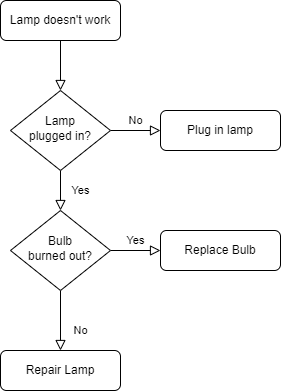
This is Debug_Tree.png from Mohammedsaklain/TINA-TI, a draw.io export, as it was before one commit. Source tidied: cells renumbered, new cells last; positions are measured from the earlier drawing's top-left corner, leaving out a move shared by most shapes.
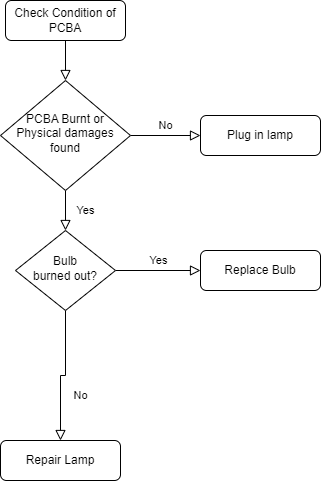
After the change.

The edit, as a diff of the source:
```diff
@@ -5,8 +5,8 @@
     <mxCell id="2" style="rounded=0;html=1;jettySize=auto;fontSize=11;endArrow=block;endFill=0;endSize=8;strokeWidth=1;shadow=0;labelBackgroundColor=none;edgeStyle=orthogonalEdgeStyle;" parent="1" edge="1" source="3" target="6">
       <mxGeometry relative="1" as="geometry" />
     </mxCell>
-    <mxCell id="3" value="Lamp doesn't work" style="rounded=1;whiteSpace=wrap;html=1;fontSize=12;glass=0;strokeWidth=1;shadow=0;" parent="1" vertex="1">
-      <mxGeometry width="120" height="40" as="geometry" />
+    <mxCell id="3" value="Check Condition of PCBA" style="rounded=1;whiteSpace=wrap;html=1;fontSize=12;glass=0;strokeWidth=1;shadow=0;" parent="1" vertex="1">
+      <mxGeometry x="15" y="-10" width="120" height="40" as="geometry" />
     </mxCell>
     <mxCell id="4" value="Yes" style="rounded=0;html=1;jettySize=auto;fontSize=11;endArrow=block;endFill=0;endSize=8;strokeWidth=1;shadow=0;labelBackgroundColor=none;edgeStyle=orthogonalEdgeStyle;" parent="1" edge="1" source="6" target="10">
       <mxGeometry y="20" relative="1" as="geometry" />
@@ -14,11 +14,11 @@
     <mxCell id="5" value="No" style="edgeStyle=orthogonalEdgeStyle;rounded=0;html=1;jettySize=auto;fontSize=11;endArrow=block;endFill=0;endSize=8;strokeWidth=1;shadow=0;labelBackgroundColor=none;" parent="1" edge="1" source="6" target="7">
       <mxGeometry y="10" relative="1" as="geometry" />
     </mxCell>
-    <mxCell id="6" value="Lamp&lt;br&gt;plugged in?" style="rhombus;whiteSpace=wrap;html=1;shadow=0;fontFamily=Helvetica;fontSize=12;align=center;strokeWidth=1;spacing=6;spacingTop=-4;" parent="1" vertex="1">
-      <mxGeometry x="10" y="90" width="100" height="80" as="geometry" />
+    <mxCell id="6" value="PCBA Burnt or Physical damages found" style="rhombus;whiteSpace=wrap;html=1;shadow=0;fontFamily=Helvetica;fontSize=12;align=center;strokeWidth=1;spacing=6;spacingTop=-4;" parent="1" vertex="1">
+      <mxGeometry x="10" y="70" width="130" height="110" as="geometry" />
     </mxCell>
     <mxCell id="7" value="Plug in lamp" style="rounded=1;whiteSpace=wrap;html=1;fontSize=12;glass=0;strokeWidth=1;shadow=0;" parent="1" vertex="1">
-      <mxGeometry x="160" y="110" width="120" height="40" as="geometry" />
+      <mxGeometry x="210" y="105" width="120" height="40" as="geometry" />
     </mxCell>
     <mxCell id="8" value="No" style="rounded=0;html=1;jettySize=auto;fontSize=11;endArrow=block;endFill=0;endSize=8;strokeWidth=1;shadow=0;labelBackgroundColor=none;edgeStyle=orthogonalEdgeStyle;" parent="1" edge="1" source="10" target="11">
       <mxGeometry x="0.33" y="20" relative="1" as="geometry" />
@@ -27,13 +27,13 @@
       <mxGeometry y="10" relative="1" as="geometry" />
     </mxCell>
     <mxCell id="10" value="Bulb&lt;br&gt;burned out?" style="rhombus;whiteSpace=wrap;html=1;shadow=0;fontFamily=Helvetica;fontSize=12;align=center;strokeWidth=1;spacing=6;spacingTop=-4;" parent="1" vertex="1">
-      <mxGeometry x="10" y="210" width="100" height="80" as="geometry" />
+      <mxGeometry x="25" y="220" width="100" height="80" as="geometry" />
     </mxCell>
     <mxCell id="11" value="Repair Lamp" style="rounded=1;whiteSpace=wrap;html=1;fontSize=12;glass=0;strokeWidth=1;shadow=0;" parent="1" vertex="1">
-      <mxGeometry y="350" width="120" height="40" as="geometry" />
+      <mxGeometry x="10" y="430" width="120" height="40" as="geometry" />
     </mxCell>
     <mxCell id="12" value="Replace Bulb" style="rounded=1;whiteSpace=wrap;html=1;fontSize=12;glass=0;strokeWidth=1;shadow=0;" parent="1" vertex="1">
-      <mxGeometry x="160" y="230" width="120" height="40" as="geometry" />
+      <mxGeometry x="210" y="240" width="120" height="40" as="geometry" />
     </mxCell>
   </root>
 </mxGraphModel>
```
